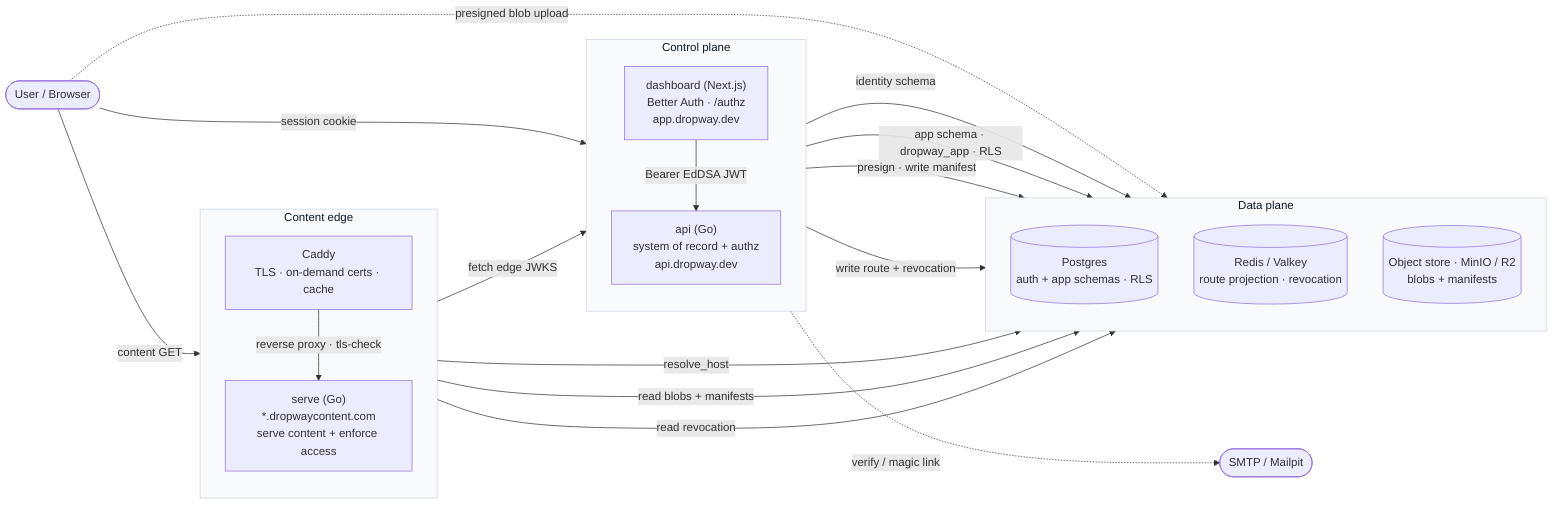
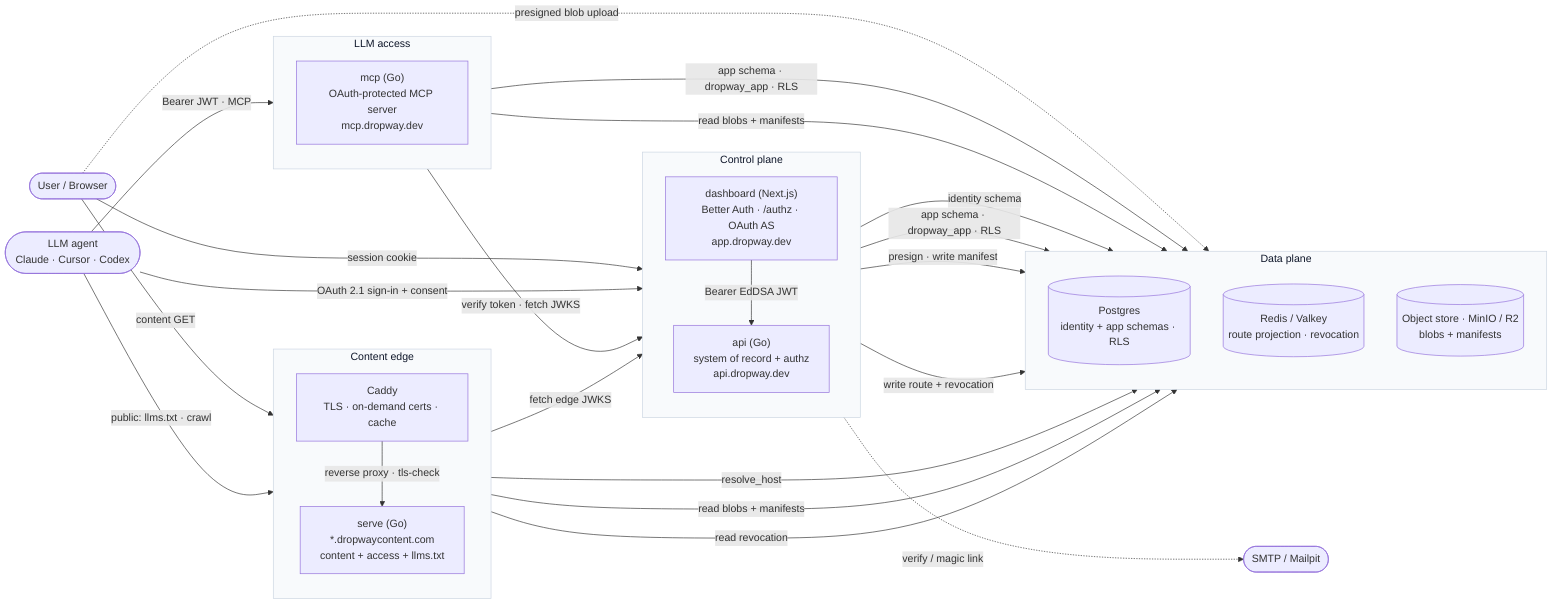
flowchart LR
  user(["User / Browser"])
+   agent(["LLM agent<br/>Claude · Cursor · Codex"])

  subgraph edge["Content edge"]
    direction TB
    caddy["Caddy<br/>TLS · on-demand certs · cache"]
-     serve["serve (Go)<br/>*.dropwaycontent.com<br/>serve content + enforce access"]
+     serve["serve (Go)<br/>*.dropwaycontent.com<br/>content + access + llms.txt"]
  end

  subgraph control["Control plane"]
    direction TB
-     dash["dashboard (Next.js)<br/>Better Auth · /authz<br/>app.dropway.dev"]
+     dash["dashboard (Next.js)<br/>Better Auth · /authz · OAuth AS<br/>app.dropway.dev"]
    api["api (Go)<br/>system of record + authz<br/>api.dropway.dev"]
+   end
+ 
+   subgraph llm["LLM access"]
+     direction TB
+     mcp["mcp (Go)<br/>OAuth-protected MCP server<br/>mcp.dropway.dev"]
  end

  subgraph datap["Data plane"]
    direction TB
-     pg[("Postgres<br/>auth + app schemas · RLS")]
+     pg[("Postgres<br/>identity + app schemas · RLS")]
    redis[("Redis / Valkey<br/>route projection · revocation")]
    store[("Object store · MinIO / R2<br/>blobs + manifests")]
  end

  smtp(["SMTP / Mailpit"])

  user -->|session cookie| dash
  user -->|content GET| caddy
  user -. presigned blob upload .-> store
+   agent -->|public: llms.txt · crawl| caddy
+   agent -->|OAuth 2.1 sign-in + consent| dash
+   agent -->|Bearer JWT · MCP| mcp
  caddy -->|reverse proxy · tls-check| serve
  dash -->|Bearer EdDSA JWT| api
  dash -->|identity schema| pg
  dash -. verify / magic link .-> smtp
  api -->|app schema · dropway_app · RLS| pg
  api -->|presign · write manifest| store
  api -->|write route + revocation| redis
  serve -->|resolve_host| pg
  serve -->|read blobs + manifests| store
  serve -->|read revocation| redis
  serve -->|fetch edge JWKS| api
+   mcp -->|verify token · fetch JWKS| dash
+   mcp -->|app schema · dropway_app · RLS| pg
+   mcp -->|read blobs + manifests| store

  classDef plane fill:#f8fafc,stroke:#cbd5e1,color:#0f172a;
-   class edge,control,datap plane;
+   class edge,control,datap,llm plane;
